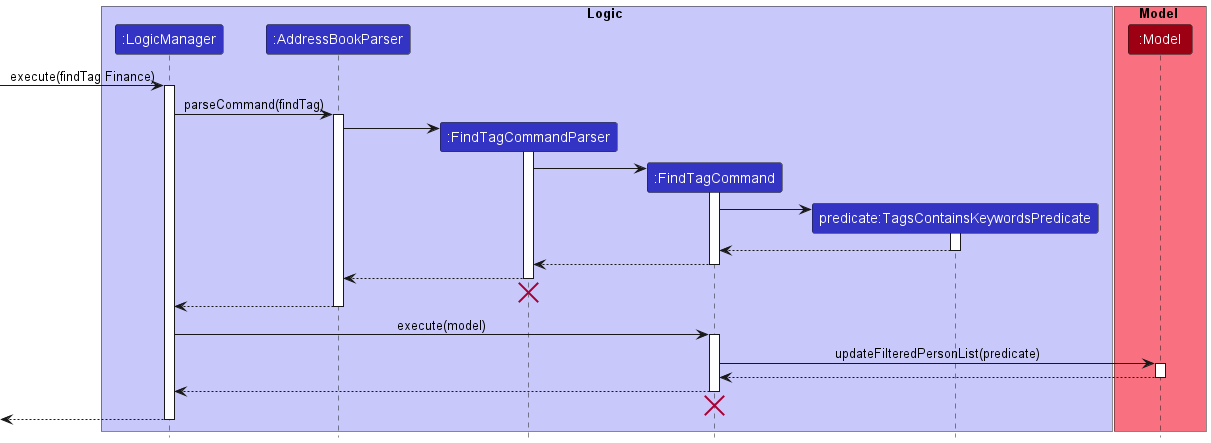
Above: docs/images/FindTagSequenceDiagram.png in nus-cs2103-AY2223S1/tp (PlantUML), before the change.
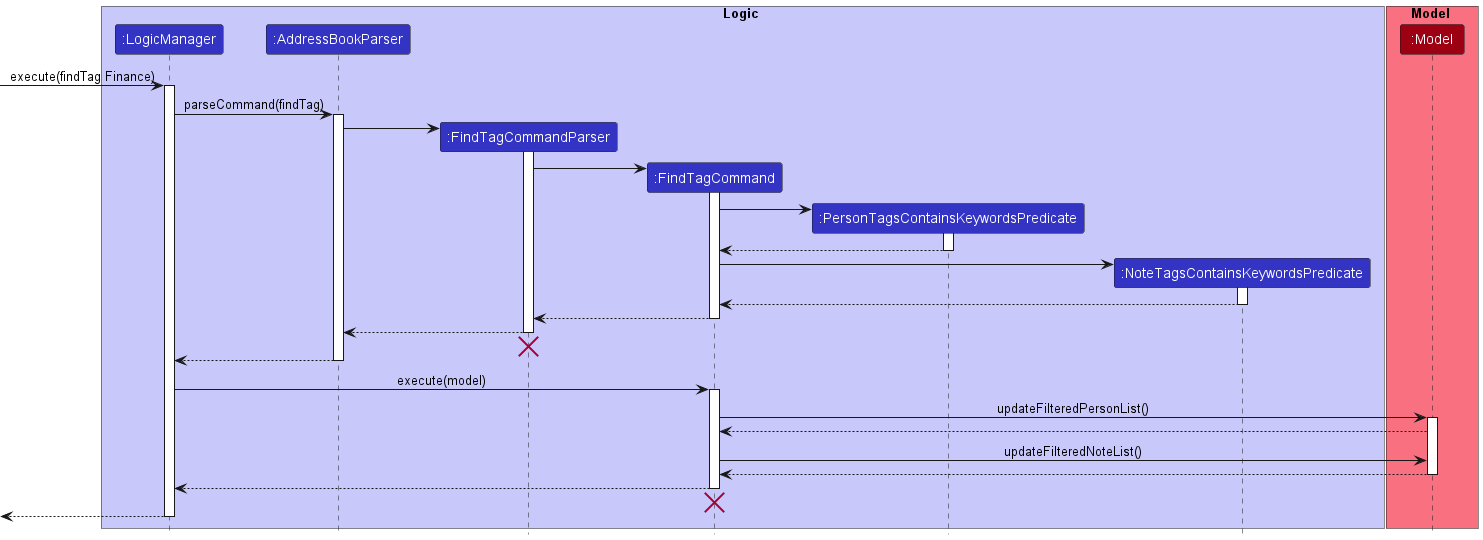
After the commit.

What changed in the source:
```diff
@@ -6,7 +6,8 @@
 participant ":AddressBookParser" as AddressBookParser LOGIC_COLOR
 participant ":FindTagCommandParser" as FindTagCommandParser LOGIC_COLOR
 participant ":FindTagCommand" as FindTagCommand LOGIC_COLOR
-participant "predicate:TagsContainsKeywordsPredicate" as TagsContainsKeywordsPredicate LOGIC_COLOR
+participant ":PersonTagsContainsKeywordsPredicate" as PersonTagsContainsKeywordsPredicate LOGIC_COLOR
+participant ":NoteTagsContainsKeywordsPredicate" as NoteTagsContainsKeywordsPredicate LOGIC_COLOR
 end box
 
 box Model MODEL_COLOR_T1
@@ -27,12 +28,20 @@
 FindTagCommandParser -> FindTagCommand
 activate FindTagCommand
 
-create TagsContainsKeywordsPredicate
-FindTagCommand -> TagsContainsKeywordsPredicate
-activate TagsContainsKeywordsPredicate
+create PersonTagsContainsKeywordsPredicate
+FindTagCommand -> PersonTagsContainsKeywordsPredicate
+activate PersonTagsContainsKeywordsPredicate
 
-TagsContainsKeywordsPredicate --> FindTagCommand
-deactivate TagsContainsKeywordsPredicate
+PersonTagsContainsKeywordsPredicate --> FindTagCommand
+deactivate PersonTagsContainsKeywordsPredicate
+
+create NoteTagsContainsKeywordsPredicate
+FindTagCommand -> NoteTagsContainsKeywordsPredicate
+activate NoteTagsContainsKeywordsPredicate
+
+NoteTagsContainsKeywordsPredicate --> FindTagCommand
+deactivate NoteTagsContainsKeywordsPredicate
+
 
 FindTagCommand --> FindTagCommandParser
 deactivate FindTagCommand
@@ -48,8 +57,12 @@
 LogicManager -> FindTagCommand :execute(model)
 activate FindTagCommand
 
-FindTagCommand -> Model :updateFilteredPersonList(predicate)
+FindTagCommand -> Model :updateFilteredPersonList()
 activate Model
+
+Model --> FindTagCommand
+
+FindTagCommand -> Model :updateFilteredNoteList()
 
 Model --> FindTagCommand
 deactivate Model
```
